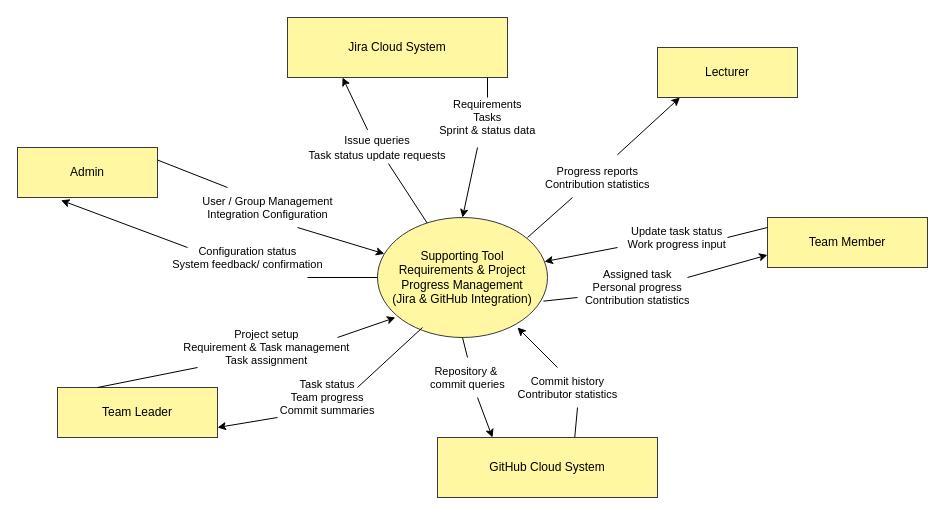
Before: SWR302/in_class/contextDiagram_SWP391.drawio in x1ptase/fptu, a draw.io diagram. Source tidied: cells renumbered, new cells numbered last; positions are measured from the earlier drawing's top-left corner, leaving out a move shared by most shapes. Both pictures are drawn from the tidied source at 100%, with x=0, y=0 at pixel (17, 17).
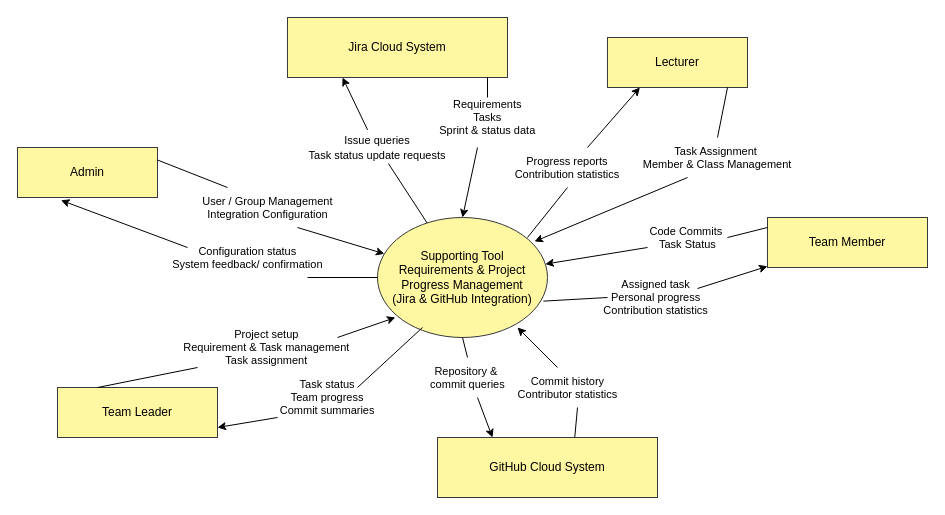
The same page after the edit.

Unchanged cells that the change refers to:
```xml
<mxCell id="2" value="Supporting Tool&lt;br&gt;Requirements &amp;amp; Project Progress Management&lt;br&gt;(Jira &amp;amp; GitHub Integration)" style="ellipse;whiteSpace=wrap;html=1;labelBackgroundColor=none;fillColor=#FFF7A1;strokeColor=#36393d;rounded=0;" parent="1" vertex="1">
  <mxGeometry x="360" y="200" width="170" height="120" as="geometry" />
</mxCell>
<mxCell id="6" value="Team Member" style="rounded=0;whiteSpace=wrap;html=1;labelBackgroundColor=none;fillColor=#FFF7A1;strokeColor=#36393d;" parent="1" vertex="1">
  <mxGeometry x="750" y="200" width="160" height="50" as="geometry" />
</mxCell>
```

Diff of the diagram source:
```diff
@@
     <mxCell id="4" value="Lecturer" style="rounded=0;whiteSpace=wrap;html=1;labelBackgroundColor=none;fillColor=#FFF7A1;strokeColor=#36393d;" parent="1" vertex="1">
-      <mxGeometry x="640" y="30" width="140" height="50" as="geometry" />
+      <mxGeometry x="590" y="20" width="140" height="50" as="geometry" />
     </mxCell>
@@
-    <mxCell id="10" value="Update task status&#10;Work progress input" style="labelBackgroundColor=none;fontColor=default;strokeColor=#000000;rounded=1;curved=0;" parent="1" edge="1" target="2">
-      <mxGeometry x="-1" y="61" relative="1" as="geometry">
-        <mxPoint x="600" y="230" as="sourcePoint" />
-        <mxPoint x="48" y="-70" as="offset" />
+    <mxCell id="10" value="Code Commits &#10;Task Status" style="labelBackgroundColor=none;fontColor=default;strokeColor=#000000;rounded=1;curved=0;" parent="1" edge="1" target="2">
+      <mxGeometry x="-1" y="-41" relative="1" as="geometry">
+        <mxPoint x="630" y="230" as="sourcePoint" />
+        <mxPoint x="47" y="30" as="offset" />
       </mxGeometry>
     </mxCell>
     <mxCell id="11" value="Progress reports&#10;Contribution statistics" style="labelBackgroundColor=none;fontColor=default;strokeColor=#000000;rounded=0;entryX=0.374;entryY=1.056;entryDx=0;entryDy=0;entryPerimeter=0;" parent="1" edge="1">
-      <mxGeometry x="-1" y="-30" relative="1" as="geometry">
-        <mxPoint x="600" y="137.2" as="sourcePoint" />
-        <mxPoint x="662.4" y="80" as="targetPoint" />
-        <mxPoint x="-40" y="1" as="offset" />
+      <mxGeometry x="-1" y="28" relative="1" as="geometry">
+        <mxPoint x="570" y="130" as="sourcePoint" />
+        <mxPoint x="622.4" y="70" as="targetPoint" />
+        <mxPoint x="1" y="38" as="offset" />
       </mxGeometry>
     </mxCell>
@@
-    <mxCell id="17" value="Assigned task&#10;Personal progress&#10;Contribution statistics" style="labelBackgroundColor=none;fontColor=default;strokeColor=#000000;rounded=0;entryX=0;entryY=0.75;entryDx=0;entryDy=0;" parent="1" edge="1" target="6">
-      <mxGeometry x="-1" y="51" relative="1" as="geometry">
-        <mxPoint x="670" y="260" as="sourcePoint" />
-        <mxPoint x="-36" y="59" as="offset" />
+    <mxCell id="17" value="Assigned task&#10;Personal progress&#10;Contribution statistics" style="labelBackgroundColor=none;fontColor=default;strokeColor=#000000;rounded=0;entryX=0;entryY=0.75;entryDx=0;entryDy=0;" parent="1" edge="1">
+      <mxGeometry x="-1" y="41" relative="1" as="geometry">
+        <mxPoint x="680" y="271" as="sourcePoint" />
+        <mxPoint x="750" y="248.8" as="targetPoint" />
+        <mxPoint x="-29" y="48" as="offset" />
       </mxGeometry>
     </mxCell>
@@
     <mxCell id="24" style="endArrow=none;html=1;rounded=0;" parent="1" edge="1">
       <mxGeometry relative="1" as="geometry">
         <mxPoint x="510" y="220" as="sourcePoint" />
-        <mxPoint x="555" y="180" as="targetPoint" />
+        <mxPoint x="550" y="170" as="targetPoint" />
       </mxGeometry>
     </mxCell>
@@
     <mxCell id="28" style="endArrow=none;html=1;rounded=0;exitX=0.976;exitY=0.697;exitDx=0;exitDy=0;exitPerimeter=0;" parent="1" edge="1" source="2">
       <mxGeometry relative="1" as="geometry">
-        <mxPoint x="560" y="280" as="targetPoint" />
+        <mxPoint x="590" y="280" as="targetPoint" />
       </mxGeometry>
     </mxCell>
@@
+    <mxCell id="33" value="Task Assignment &#10;Member &amp; Class Management" style="labelBackgroundColor=none;fontColor=default;strokeColor=#000000;rounded=1;curved=0;" parent="1" edge="1">
+      <mxGeometry x="-1" y="-36" relative="1" as="geometry">
+        <mxPoint x="670" y="160" as="sourcePoint" />
+        <mxPoint x="517" y="224" as="targetPoint" />
+        <mxPoint x="44" y="13" as="offset" />
+      </mxGeometry>
+    </mxCell>
+    <mxCell id="34" style="endArrow=none;html=1;rounded=0;" parent="1" edge="1">
+      <mxGeometry relative="1" as="geometry">
+        <mxPoint x="700" y="120" as="sourcePoint" />
+        <mxPoint x="710" y="70" as="targetPoint" />
+      </mxGeometry>
+    </mxCell>
```
